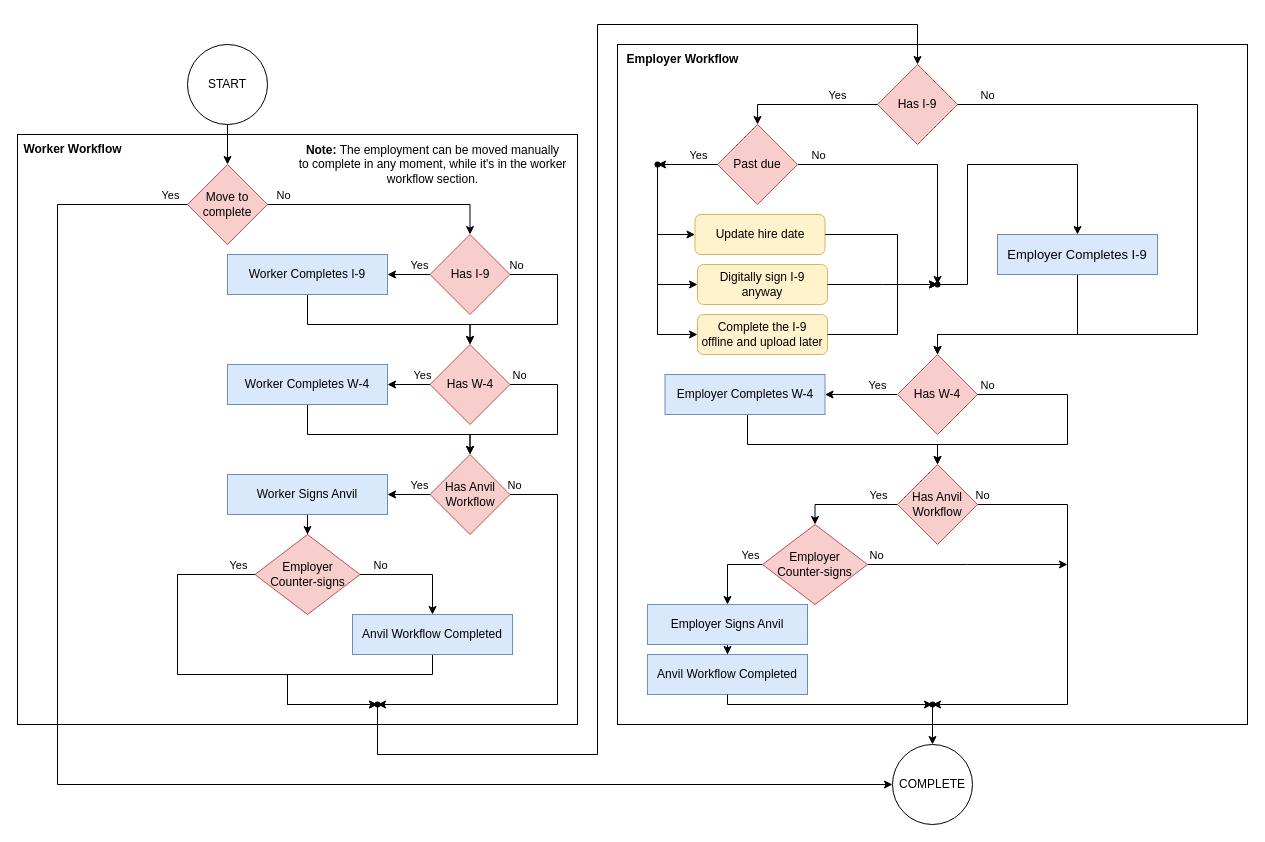
The draw.io diagram Employment Flowchart.drawio in baldore/angelo, before the edit. Source tidied: cells renumbered, new cells numbered last; positions are measured from the earlier drawing's top-left corner, leaving out a move shared by most shapes. Both pictures are drawn from the tidied source at 100%, with x=0, y=0 at pixel (17, 24).
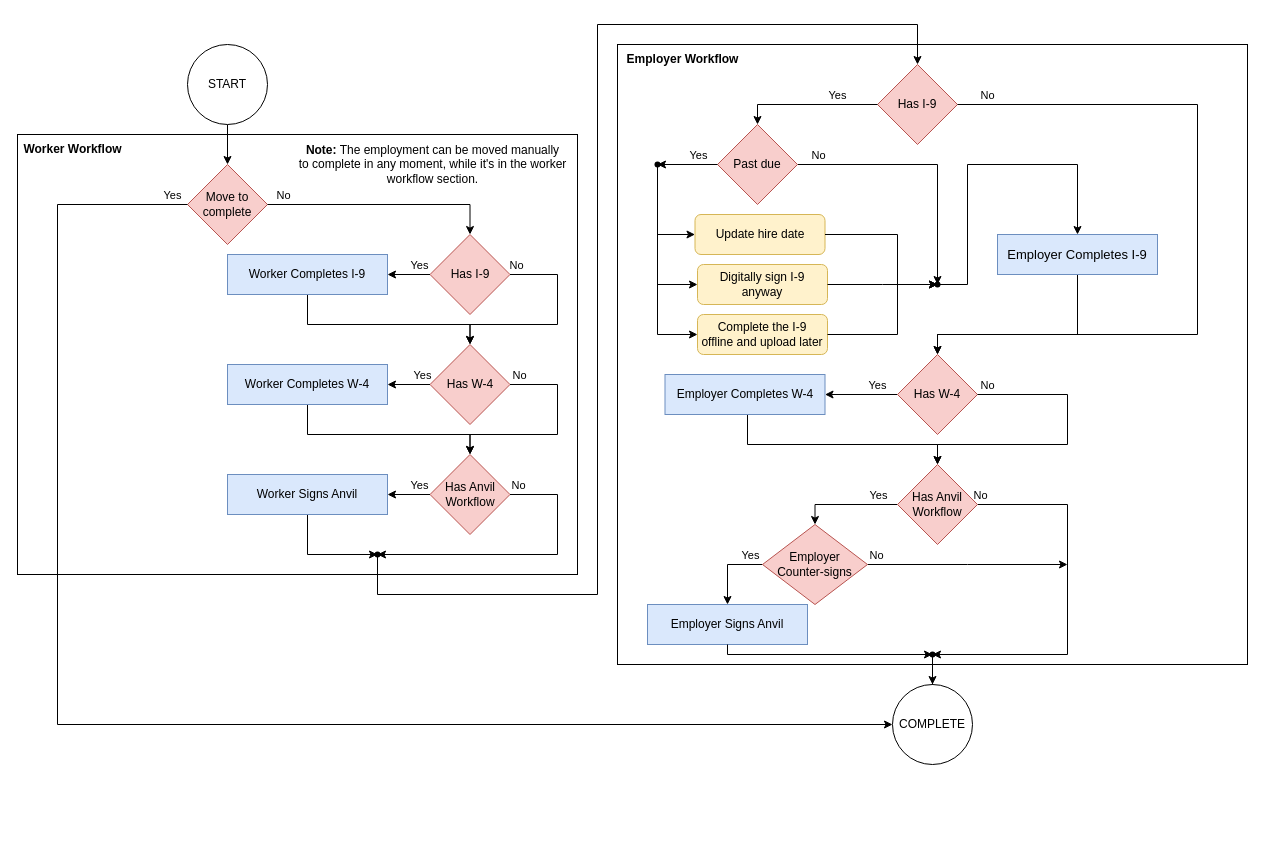
Above is the later version.

Unchanged cells that the change refers to:
```xml
<mxCell id="22" value="&lt;div&gt;Has Anvil Workflow&lt;br&gt;&lt;/div&gt;" style="rhombus;whiteSpace=wrap;html=1;fillColor=#f8cecc;strokeColor=#b85450;" parent="1" vertex="1">
  <mxGeometry x="412.5" y="430" width="80" height="80" as="geometry" />
</mxCell>
<mxCell id="26" value="Worker Signs Anvil" style="whiteSpace=wrap;html=1;fillColor=#dae8fc;strokeColor=#6c8ebf;" parent="1" vertex="1">
  <mxGeometry x="210" y="450" width="160" height="40" as="geometry" />
</mxCell>
<mxCell id="36" value="&lt;div&gt;Has I-9&lt;/div&gt;" style="rhombus;whiteSpace=wrap;html=1;fillColor=#f8cecc;strokeColor=#b85450;" parent="1" vertex="1">
  <mxGeometry x="860" y="40" width="80" height="80" as="geometry" />
</mxCell>
<mxCell id="53" value="&lt;div&gt;Has Anvil Workflow&lt;br&gt;&lt;/div&gt;" style="rhombus;whiteSpace=wrap;html=1;fillColor=#f8cecc;strokeColor=#b85450;" parent="1" vertex="1">
  <mxGeometry x="880" y="440" width="80" height="80" as="geometry" />
</mxCell>
<mxCell id="61" value="Employer Signs Anvil" style="whiteSpace=wrap;html=1;fillColor=#dae8fc;strokeColor=#6c8ebf;" parent="1" vertex="1">
  <mxGeometry x="630" y="580" width="160" height="40" as="geometry" />
</mxCell>
<mxCell id="63" value="&lt;div&gt;Move to&lt;/div&gt;&lt;div&gt;complete&lt;br&gt;&lt;/div&gt;" style="rhombus;whiteSpace=wrap;html=1;fillColor=#f8cecc;strokeColor=#b85450;" parent="1" vertex="1">
  <mxGeometry x="170" y="140" width="80" height="80" as="geometry" />
</mxCell>
```

The edit, as a diff of the source:
```diff
@@
     <mxCell id="2" style="whiteSpace=wrap;html=1;" parent="1" vertex="1">
-      <mxGeometry x="600" y="20" width="630" height="680" as="geometry" />
+      <mxGeometry x="600" y="20" width="630" height="620" as="geometry" />
     </mxCell>
     <mxCell id="3" style="whiteSpace=wrap;html=1;" parent="1" vertex="1">
-      <mxGeometry y="110" width="560" height="590" as="geometry" />
+      <mxGeometry y="110" width="560" height="440" as="geometry" />
     </mxCell>
@@
     <mxCell id="6" value="&lt;div&gt;COMPLETE&lt;/div&gt;" style="ellipse;whiteSpace=wrap;html=1;" parent="1" vertex="1">
-      <mxGeometry x="875" y="720" width="80" height="80" as="geometry" />
+      <mxGeometry x="875" y="660" width="80" height="80" as="geometry" />
     </mxCell>
@@
-    <mxCell id="25" style="edgeStyle=orthogonalEdgeStyle;rounded=0;jettySize=auto;html=1;" parent="1" edge="1" source="26" target="27">
-      <mxGeometry relative="1" as="geometry" />
+    <mxCell id="25" style="edgeStyle=orthogonalEdgeStyle;rounded=0;jettySize=auto;html=1;entryX=0.25;entryY=0.35;entryDx=0;entryDy=0;entryPerimeter=0;" parent="1" edge="1" source="26" target="35">
+      <mxGeometry relative="1" as="geometry">
+        <Array as="points">
+          <mxPoint x="290" y="530" />
+          <mxPoint x="360" y="530" />
+        </Array>
+      </mxGeometry>
     </mxCell>
@@
-    <mxCell id="27" value="&lt;div&gt;Employer&lt;/div&gt;&lt;div&gt;Counter-signs&lt;br&gt;&lt;/div&gt;" style="rhombus;whiteSpace=wrap;html=1;fillColor=#f8cecc;strokeColor=#b85450;" parent="1" vertex="1">
-      <mxGeometry x="237.5" y="510" width="105" height="80" as="geometry" />
-    </mxCell>
-    <mxCell id="28" style="edgeStyle=orthogonalEdgeStyle;rounded=0;jettySize=auto;html=1;entryX=0.25;entryY=0.65;entryDx=0;entryDy=0;entryPerimeter=0;exitX=0;exitY=0.5;exitDx=0;exitDy=0;" parent="1" edge="1" source="27" target="35">
-      <mxGeometry relative="1" as="geometry">
-        <Array as="points">
-          <mxPoint x="160" y="550" />
-          <mxPoint x="160" y="650" />
-          <mxPoint x="270" y="650" />
-          <mxPoint x="270" y="680" />
-        </Array>
-      </mxGeometry>
-    </mxCell>
-    <mxCell id="29" value="Yes" style="edgeLabel;html=1;align=center;verticalAlign=middle;" parent="28" vertex="1">
-      <mxGeometry x="-0.95" y="2" relative="1" as="geometry">
-        <mxPoint x="-7" y="-12" as="offset" />
-      </mxGeometry>
-    </mxCell>
-    <mxCell id="30" style="edgeStyle=orthogonalEdgeStyle;rounded=0;jettySize=auto;html=1;entryX=0.5;entryY=0;entryDx=0;entryDy=0;exitX=1;exitY=0.5;exitDx=0;exitDy=0;" parent="1" edge="1" source="27" target="33">
-      <mxGeometry relative="1" as="geometry" />
-    </mxCell>
-    <mxCell id="31" value="No" style="edgeLabel;html=1;align=center;verticalAlign=middle;" parent="30" vertex="1">
-      <mxGeometry x="-0.91" y="-1" relative="1" as="geometry">
-        <mxPoint x="15" y="-11" as="offset" />
-      </mxGeometry>
-    </mxCell>
-    <mxCell id="32" style="edgeStyle=orthogonalEdgeStyle;rounded=0;jettySize=auto;html=1;exitX=0.5;exitY=1;exitDx=0;exitDy=0;" parent="1" edge="1" source="33" target="35">
-      <mxGeometry relative="1" as="geometry">
-        <Array as="points">
-          <mxPoint x="415" y="650" />
-          <mxPoint x="270" y="650" />
-          <mxPoint x="270" y="680" />
-        </Array>
-      </mxGeometry>
-    </mxCell>
-    <mxCell id="33" value="Anvil Workflow Completed" style="whiteSpace=wrap;html=1;fillColor=#dae8fc;strokeColor=#6c8ebf;" parent="1" vertex="1">
-      <mxGeometry x="335" y="590" width="160" height="40" as="geometry" />
-    </mxCell>
-    <mxCell id="34" style="edgeStyle=orthogonalEdgeStyle;rounded=0;jettySize=auto;html=1;entryX=0.5;entryY=0;entryDx=0;entryDy=0;" parent="1" edge="1" source="35" target="36">
+    <mxCell id="34" style="edgeStyle=orthogonalEdgeStyle;rounded=0;jettySize=auto;html=1;entryX=0.5;entryY=0;entryDx=0;entryDy=0;fontSize=13;" parent="1" edge="1" source="35" target="36">
       <mxGeometry relative="1" as="geometry">
         <Array as="points">
-          <mxPoint x="360" y="730" />
-          <mxPoint x="580" y="730" />
+          <mxPoint x="360" y="570" />
+          <mxPoint x="580" y="570" />
           <mxPoint x="580" />
           <mxPoint x="900" />
         </Array>
       </mxGeometry>
     </mxCell>
     <mxCell id="35" style="shape=waypoint;sketch=0;size=6;points=[];fillColor=none;perimeter=centerPerimeter;snapToPoint=1;" parent="1" vertex="1">
-      <mxGeometry x="350" y="670" width="20" height="20" as="geometry" />
+      <mxGeometry x="350" y="520" width="20" height="20" as="geometry" />
     </mxCell>
@@
     <mxCell id="49" style="edgeStyle=orthogonalEdgeStyle;rounded=0;jettySize=auto;html=1;entryX=0.8;entryY=0.35;entryDx=0;entryDy=0;entryPerimeter=0;" parent="1" edge="1" source="53" target="91">
       <mxGeometry relative="1" as="geometry">
         <Array as="points">
           <mxPoint x="1050" y="480" />
-          <mxPoint x="1050" y="680" />
-          <mxPoint x="915" y="680" />
+          <mxPoint x="1050" y="630" />
+          <mxPoint x="915" y="630" />
         </Array>
       </mxGeometry>
     </mxCell>
@@
-    <mxCell id="60" style="edgeStyle=orthogonalEdgeStyle;rounded=0;jettySize=auto;html=1;" parent="1" edge="1" source="61" target="62">
-      <mxGeometry relative="1" as="geometry" />
-    </mxCell>
@@
-    <mxCell id="62" value="Anvil Workflow Completed" style="whiteSpace=wrap;html=1;fillColor=#dae8fc;strokeColor=#6c8ebf;" parent="1" vertex="1">
-      <mxGeometry x="630" y="630" width="160" height="40" as="geometry" />
-    </mxCell>
@@
     <mxCell id="67" style="edgeStyle=orthogonalEdgeStyle;rounded=0;jettySize=auto;html=1;entryX=0;entryY=0.5;entryDx=0;entryDy=0;exitX=0;exitY=0.5;exitDx=0;exitDy=0;" parent="1" edge="1" source="63" target="6">
       <mxGeometry relative="1" as="geometry">
         <Array as="points">
           <mxPoint x="40" y="180" />
-          <mxPoint x="40" y="760" />
+          <mxPoint x="40" y="700" />
         </Array>
       </mxGeometry>
     </mxCell>
@@
     <mxCell id="89" style="edgeStyle=orthogonalEdgeStyle;rounded=0;jettySize=auto;html=1;entryX=0.85;entryY=0.65;entryDx=0;entryDy=0;entryPerimeter=0;" parent="1" edge="1" source="22" target="35">
       <mxGeometry relative="1" as="geometry">
         <Array as="points">
           <mxPoint x="540" y="470" />
-          <mxPoint x="540" y="680" />
+          <mxPoint x="540" y="530" />
+          <mxPoint x="360" y="530" />
         </Array>
       </mxGeometry>
     </mxCell>
     <mxCell id="90" value="No" style="edgeLabel;html=1;align=center;verticalAlign=middle;" parent="89" vertex="1">
       <mxGeometry x="-0.94" y="-2" relative="1" as="geometry">
-        <mxPoint x="-9" y="-12" as="offset" />
+        <mxPoint x="-1" y="-12" as="offset" />
       </mxGeometry>
     </mxCell>
     <mxCell id="91" style="shape=waypoint;sketch=0;size=6;points=[];fillColor=none;perimeter=centerPerimeter;snapToPoint=1;" parent="1" vertex="1">
-      <mxGeometry x="905" y="670" width="20" height="20" as="geometry" />
+      <mxGeometry x="905" y="620" width="20" height="20" as="geometry" />
     </mxCell>
-    <mxCell id="92" style="edgeStyle=orthogonalEdgeStyle;rounded=0;jettySize=auto;html=1;entryX=0.75;entryY=0.5;entryDx=0;entryDy=0;entryPerimeter=0;" parent="1" edge="1" source="62" target="91">
+    <mxCell id="92" style="edgeStyle=orthogonalEdgeStyle;rounded=0;jettySize=auto;html=1;entryX=0.75;entryY=0.5;entryDx=0;entryDy=0;entryPerimeter=0;exitX=0.5;exitY=1;exitDx=0;exitDy=0;fontSize=10;" parent="1" edge="1" source="61" target="91">
       <mxGeometry relative="1" as="geometry">
         <Array as="points">
-          <mxPoint x="710" y="680" />
-          <mxPoint x="915" y="680" />
+          <mxPoint x="710" y="630" />
+          <mxPoint x="915" y="630" />
         </Array>
       </mxGeometry>
     </mxCell>
```
